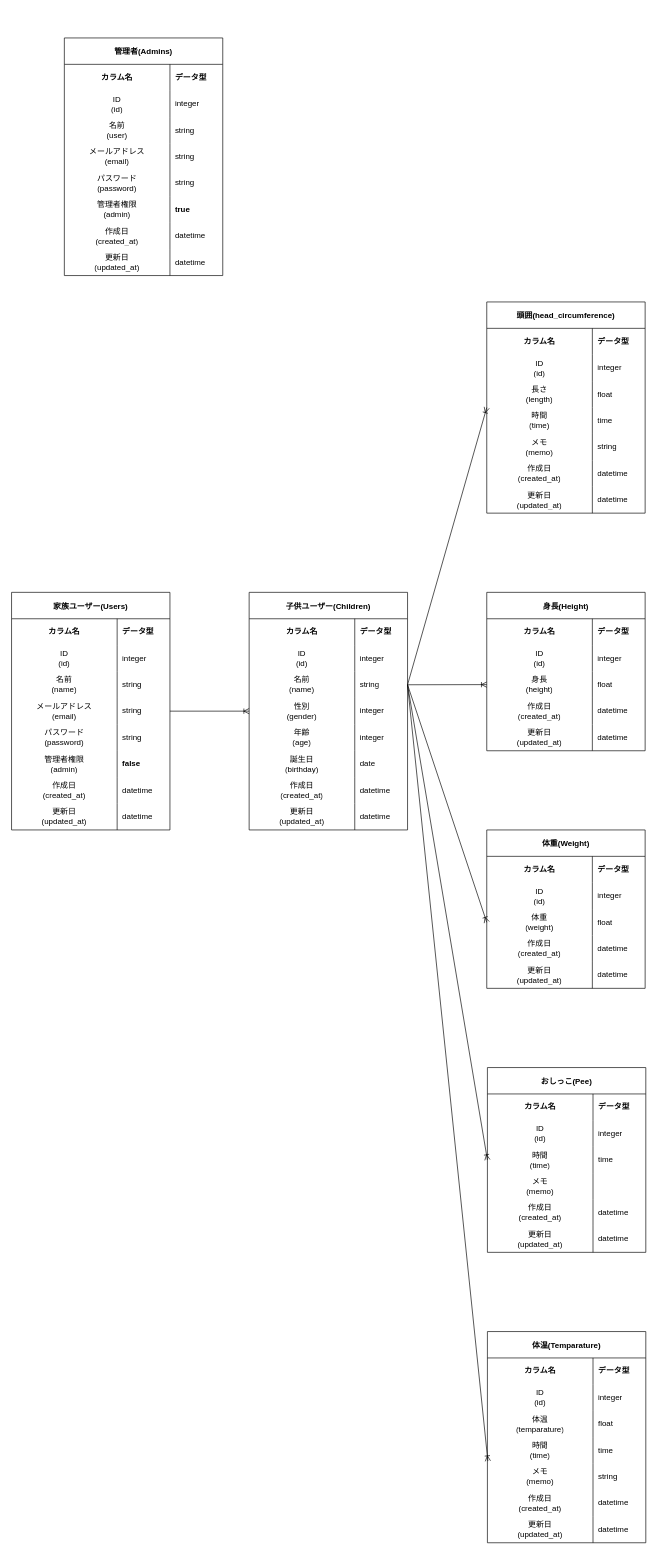
Above: coyell.drawio in piroriki/coyell_port (draw.io), before the change. Source tidied: cells renumbered, new cells numbered last; positions are measured from the earlier drawing's top-left corner, leaving out a move shared by most shapes. Both pictures are drawn from the tidied source at 66%, with x=0, y=0 at pixel (11, 38).
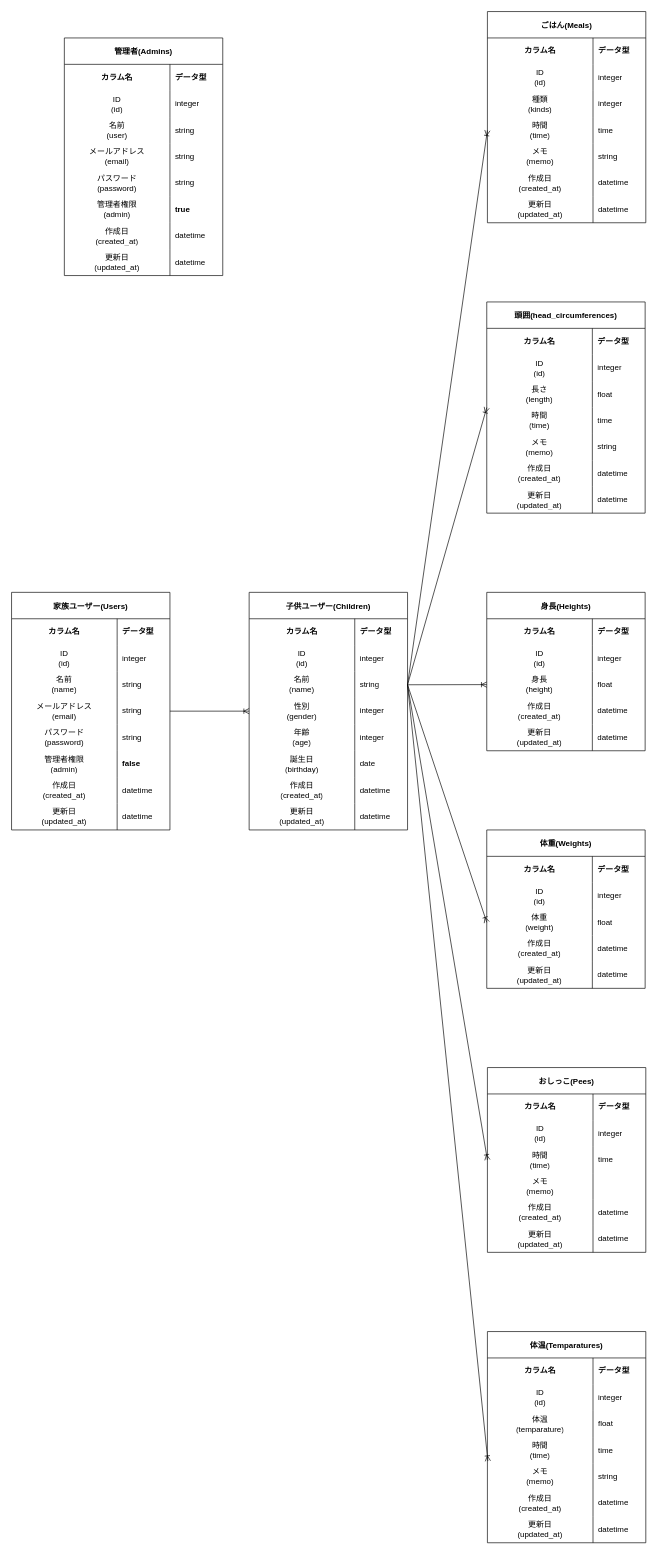
The same page after the edit.

Commit message:
mealモデルをER図に追加

Unchanged cells that the change refers to:
```xml
<mxCell id="59" style="shape=tableRow;horizontal=0;startSize=0;swimlaneHead=0;swimlaneBody=0;top=0;left=0;bottom=0;right=0;fillColor=none;points=[[0,0.5],[1,0.5]];portConstraint=eastwest;" parent="52" vertex="1">
  <mxGeometry y="120" width="240" height="40" as="geometry" />
</mxCell>
```

The edit, as a diff of the source:
```diff
@@
-    <mxCell id="78" value="身長(Height)" style="shape=table;startSize=40;childLayout=tableLayout;rowLines=0;fontStyle=1;" parent="1" vertex="1">
+    <mxCell id="78" value="身長(Heights)" style="shape=table;startSize=40;childLayout=tableLayout;rowLines=0;fontStyle=1;" parent="1" vertex="1">
       <mxGeometry x="720" y="840" width="240" height="240" as="geometry" />
     </mxCell>
@@
-    <mxCell id="96" value="体重(Weight)" style="shape=table;startSize=40;childLayout=tableLayout;rowLines=0;fontStyle=1;" parent="1" vertex="1">
+    <mxCell id="96" value="体重(Weights)" style="shape=table;startSize=40;childLayout=tableLayout;rowLines=0;fontStyle=1;" parent="1" vertex="1">
       <mxGeometry x="720" y="1200" width="240" height="240" as="geometry" />
     </mxCell>
@@
-    <mxCell id="113" value="おしっこ(Pee)" style="shape=table;startSize=40;childLayout=tableLayout;rowLines=0;fontStyle=1;" parent="1" vertex="1">
+    <mxCell id="113" value="おしっこ(Pees)" style="shape=table;startSize=40;childLayout=tableLayout;rowLines=0;fontStyle=1;" parent="1" vertex="1">
       <mxGeometry x="721" y="1560" width="240" height="280" as="geometry" />
     </mxCell>
@@
-    <mxCell id="132" value="体温(Temparature)" style="shape=table;startSize=40;childLayout=tableLayout;rowLines=0;fontStyle=1;" parent="1" vertex="1">
+    <mxCell id="132" value="体温(Temparatures)" style="shape=table;startSize=40;childLayout=tableLayout;rowLines=0;fontStyle=1;" parent="1" vertex="1">
       <mxGeometry x="721" y="1960" width="240" height="320" as="geometry" />
     </mxCell>
@@
-    <mxCell id="156" value="頭囲(head_circumference)" style="shape=table;startSize=40;childLayout=tableLayout;rowLines=0;fontStyle=1;" parent="1" vertex="1">
+    <mxCell id="156" value="頭囲(head_circumferences)" style="shape=table;startSize=40;childLayout=tableLayout;rowLines=0;fontStyle=1;" parent="1" vertex="1">
       <mxGeometry x="720" y="400" width="240" height="320" as="geometry" />
     </mxCell>
@@
+    <mxCell id="179" value="ごはん(Meals)" style="shape=table;startSize=40;childLayout=tableLayout;rowLines=0;fontStyle=1;" parent="1" vertex="1">
+      <mxGeometry x="721" y="-40" width="240" height="320" as="geometry" />
+    </mxCell>
+    <mxCell id="180" style="shape=tableRow;horizontal=0;startSize=0;swimlaneHead=0;swimlaneBody=0;top=0;left=0;bottom=0;right=0;fillColor=none;" parent="179" vertex="1">
+      <mxGeometry y="40" width="240" height="40" as="geometry" />
+    </mxCell>
+    <mxCell id="181" value="&lt;b&gt;カラム名&lt;/b&gt;" style="shape=partialRectangle;html=1;whiteSpace=wrap;fillColor=none;top=0;left=0;bottom=0;right=0;overflow=hidden;" parent="180" vertex="1">
+      <mxGeometry width="160" height="40" as="geometry" />
+    </mxCell>
+    <mxCell id="182" value="&lt;b&gt;データ型&lt;/b&gt;" style="shape=partialRectangle;html=1;whiteSpace=wrap;fillColor=none;top=0;left=0;bottom=0;right=0;align=left;spacingLeft=6;overflow=hidden;" parent="180" vertex="1">
+      <mxGeometry x="160" width="80" height="40" as="geometry" />
+    </mxCell>
+    <mxCell id="183" style="shape=tableRow;horizontal=0;startSize=0;swimlaneHead=0;swimlaneBody=0;top=0;left=0;bottom=0;right=0;fillColor=none;" parent="179" vertex="1">
+      <mxGeometry y="80" width="240" height="40" as="geometry" />
+    </mxCell>
+    <mxCell id="184" value="ID&lt;br&gt;(id)" style="shape=partialRectangle;html=1;whiteSpace=wrap;fillColor=none;top=0;left=0;bottom=0;right=0;overflow=hidden;" parent="183" vertex="1">
+      <mxGeometry width="160" height="40" as="geometry" />
+    </mxCell>
+    <mxCell id="185" value="integer" style="shape=partialRectangle;html=1;whiteSpace=wrap;fillColor=none;top=0;left=0;bottom=0;right=0;align=left;spacingLeft=6;overflow=hidden;" parent="183" vertex="1">
+      <mxGeometry x="160" width="80" height="40" as="geometry" />
+    </mxCell>
+    <mxCell id="186" style="shape=tableRow;horizontal=0;startSize=0;swimlaneHead=0;swimlaneBody=0;top=0;left=0;bottom=0;right=0;fillColor=none;" parent="179" vertex="1">
+      <mxGeometry y="120" width="240" height="40" as="geometry" />
+    </mxCell>
+    <mxCell id="187" value="種類&lt;br&gt;(kinds)" style="shape=partialRectangle;html=1;whiteSpace=wrap;fillColor=none;top=0;left=0;bottom=0;right=0;overflow=hidden;" parent="186" vertex="1">
+      <mxGeometry width="160" height="40" as="geometry" />
+    </mxCell>
+    <mxCell id="188" value="integer" style="shape=partialRectangle;html=1;whiteSpace=wrap;fillColor=none;top=0;left=0;bottom=0;right=0;align=left;spacingLeft=6;overflow=hidden;" parent="186" vertex="1">
+      <mxGeometry x="160" width="80" height="40" as="geometry" />
+    </mxCell>
+    <mxCell id="189" style="shape=tableRow;horizontal=0;startSize=0;swimlaneHead=0;swimlaneBody=0;top=0;left=0;bottom=0;right=0;fillColor=none;points=[[0,0.5],[1,0.5]];portConstraint=eastwest;" parent="179" vertex="1">
+      <mxGeometry y="160" width="240" height="40" as="geometry" />
+    </mxCell>
+    <mxCell id="190" value="時間&lt;br&gt;(time)" style="shape=partialRectangle;html=1;whiteSpace=wrap;fillColor=none;top=0;left=0;bottom=0;right=0;overflow=hidden;" parent="189" vertex="1">
+      <mxGeometry width="160" height="40" as="geometry" />
+    </mxCell>
+    <mxCell id="191" value="time" style="shape=partialRectangle;html=1;whiteSpace=wrap;fillColor=none;top=0;left=0;bottom=0;right=0;align=left;spacingLeft=6;overflow=hidden;" parent="189" vertex="1">
+      <mxGeometry x="160" width="80" height="40" as="geometry" />
+    </mxCell>
+    <mxCell id="192" style="shape=tableRow;horizontal=0;startSize=0;swimlaneHead=0;swimlaneBody=0;top=0;left=0;bottom=0;right=0;fillColor=none;" parent="179" vertex="1">
+      <mxGeometry y="200" width="240" height="40" as="geometry" />
+    </mxCell>
+    <mxCell id="193" value="メモ&lt;br&gt;(memo)" style="shape=partialRectangle;html=1;whiteSpace=wrap;fillColor=none;top=0;left=0;bottom=0;right=0;overflow=hidden;" parent="192" vertex="1">
+      <mxGeometry width="160" height="40" as="geometry" />
+    </mxCell>
+    <mxCell id="194" value="string" style="shape=partialRectangle;html=1;whiteSpace=wrap;fillColor=none;top=0;left=0;bottom=0;right=0;align=left;spacingLeft=6;overflow=hidden;" parent="192" vertex="1">
+      <mxGeometry x="160" width="80" height="40" as="geometry" />
+    </mxCell>
+    <mxCell id="195" style="shape=tableRow;horizontal=0;startSize=0;swimlaneHead=0;swimlaneBody=0;top=0;left=0;bottom=0;right=0;fillColor=none;" parent="179" vertex="1">
+      <mxGeometry y="240" width="240" height="40" as="geometry" />
+    </mxCell>
+    <mxCell id="196" value="作成日&lt;br&gt;(created_at)" style="shape=partialRectangle;html=1;whiteSpace=wrap;fillColor=none;top=0;left=0;bottom=0;right=0;overflow=hidden;" parent="195" vertex="1">
+      <mxGeometry width="160" height="40" as="geometry" />
+    </mxCell>
+    <mxCell id="197" value="datetime" style="shape=partialRectangle;html=1;whiteSpace=wrap;fillColor=none;top=0;left=0;bottom=0;right=0;align=left;spacingLeft=6;overflow=hidden;" parent="195" vertex="1">
+      <mxGeometry x="160" width="80" height="40" as="geometry" />
+    </mxCell>
+    <mxCell id="198" style="shape=tableRow;horizontal=0;startSize=0;swimlaneHead=0;swimlaneBody=0;top=0;left=0;bottom=0;right=0;fillColor=none;" parent="179" vertex="1">
+      <mxGeometry y="280" width="240" height="40" as="geometry" />
+    </mxCell>
+    <mxCell id="199" value="更新日&lt;br&gt;(updated_at)" style="shape=partialRectangle;html=1;whiteSpace=wrap;fillColor=none;top=0;left=0;bottom=0;right=0;overflow=hidden;" parent="198" vertex="1">
+      <mxGeometry width="160" height="40" as="geometry" />
+    </mxCell>
+    <mxCell id="200" value="datetime" style="shape=partialRectangle;html=1;whiteSpace=wrap;fillColor=none;top=0;left=0;bottom=0;right=0;align=left;spacingLeft=6;overflow=hidden;" parent="198" vertex="1">
+      <mxGeometry x="160" width="80" height="40" as="geometry" />
+    </mxCell>
+    <mxCell id="201" style="edgeStyle=none;html=1;exitX=1;exitY=0.5;exitDx=0;exitDy=0;entryX=0;entryY=0.5;entryDx=0;entryDy=0;endArrow=ERoneToMany;endFill=0;" parent="1" edge="1" source="59" target="189">
+      <mxGeometry relative="1" as="geometry" />
+    </mxCell>
```
